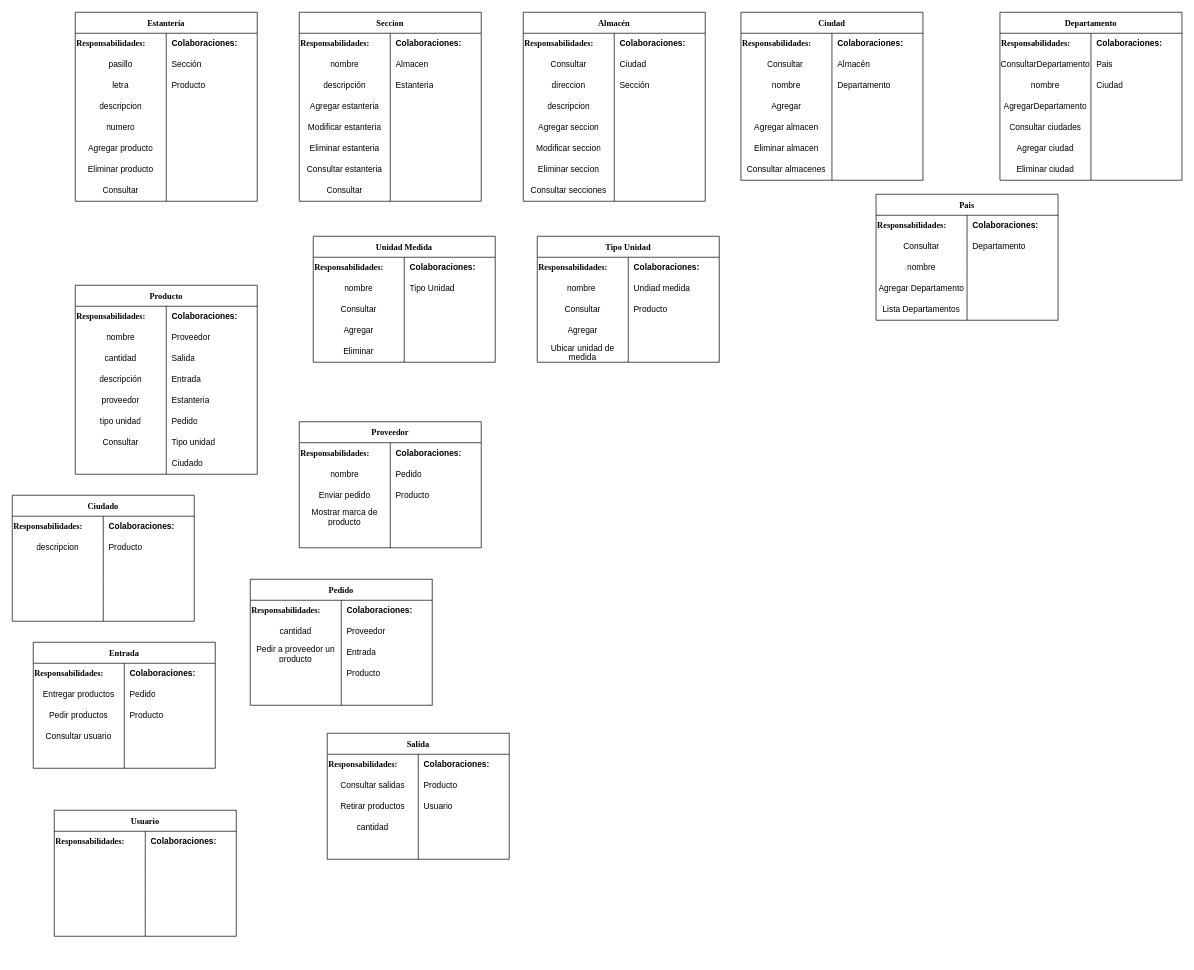
DOOPan2022/Presupuesto keeps this draw.io diagram as page "CRC" (1 of 2) of Extraclase/Modelo de dominio/Tarjetas CRC.drawio. Above is the earlier version. Source tidied: cells renumbered, new cells numbered last; positions are measured from the earlier drawing's top-left corner, leaving out a move shared by most shapes. Both pictures are drawn from the tidied source at 70%, with x=0, y=0 at pixel (12, 12).
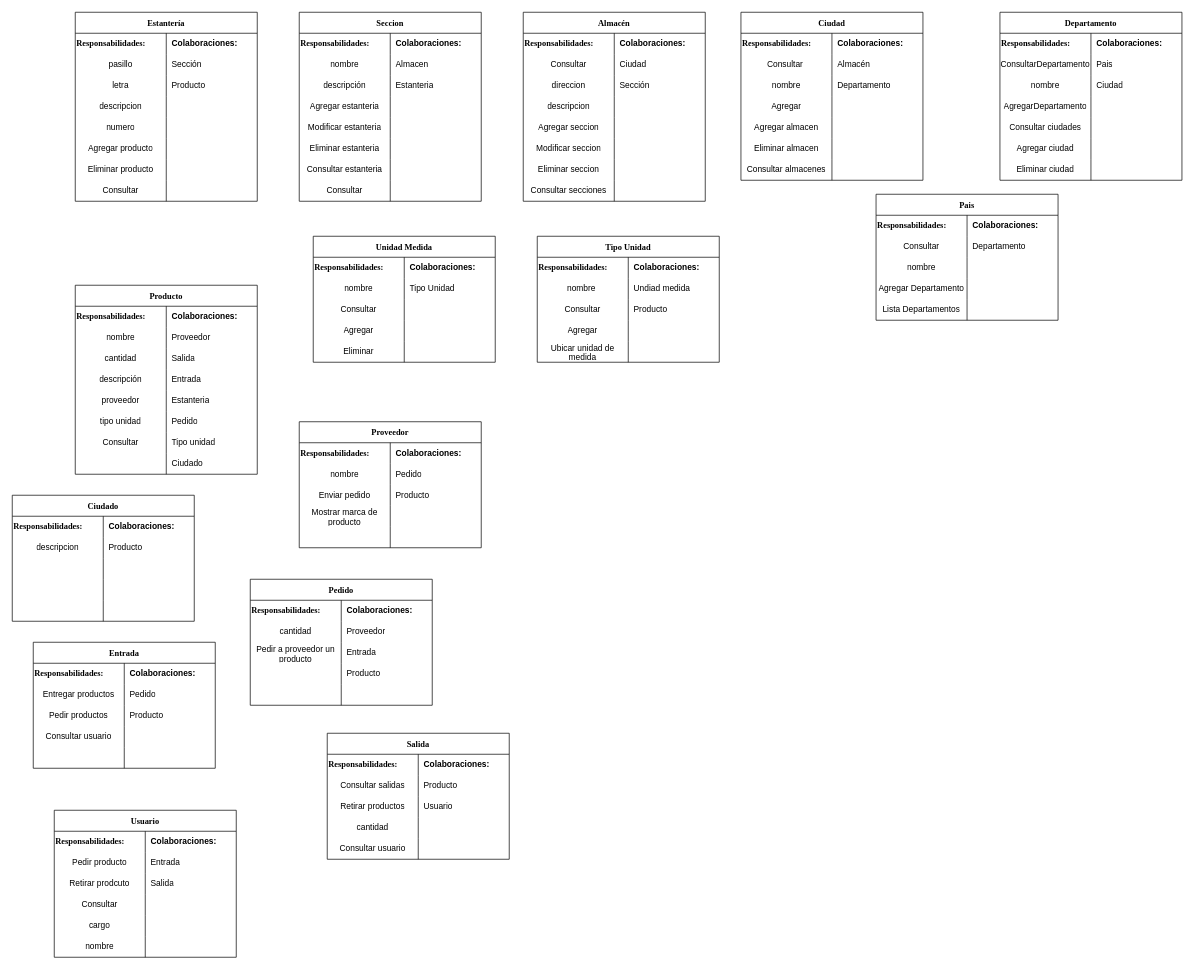
The same page after the edit.

The change refers to these unchanged cells:
```xml
<mxCell id="255" style="shape=tableRow;horizontal=0;startSize=0;swimlaneHead=0;swimlaneBody=0;top=0;left=0;bottom=0;right=0;fillColor=none;" parent="242" vertex="1">
  <mxGeometry y="150" width="260" height="30" as="geometry" />
</mxCell>
<mxCell id="278" style="shape=tableRow;horizontal=0;startSize=0;swimlaneHead=0;swimlaneBody=0;top=0;left=0;bottom=0;right=0;fillColor=none;" parent="274" vertex="1">
  <mxGeometry y="60" width="260" height="30" as="geometry" />
</mxCell>
<mxCell id="281" style="shape=tableRow;horizontal=0;startSize=0;swimlaneHead=0;swimlaneBody=0;top=0;left=0;bottom=0;right=0;fillColor=none;" parent="274" vertex="1">
  <mxGeometry y="90" width="260" height="30" as="geometry" />
</mxCell>
<mxCell id="284" style="shape=tableRow;horizontal=0;startSize=0;swimlaneHead=0;swimlaneBody=0;top=0;left=0;bottom=0;right=0;fillColor=none;" parent="274" vertex="1">
  <mxGeometry y="120" width="260" height="30" as="geometry" />
</mxCell>
<mxCell id="287" style="shape=tableRow;horizontal=0;startSize=0;swimlaneHead=0;swimlaneBody=0;top=0;left=0;bottom=0;right=0;fillColor=none;" parent="274" vertex="1">
  <mxGeometry y="150" width="260" height="30" as="geometry" />
</mxCell>
```

What changed in the source:
```diff
@@
-    <mxCell id="256" style="shape=partialRectangle;html=1;whiteSpace=wrap;fillColor=none;top=0;left=0;bottom=0;right=0;overflow=hidden;" parent="255" vertex="1">
+    <mxCell id="256" value="Consultar usuario" style="shape=partialRectangle;html=1;whiteSpace=wrap;fillColor=none;top=0;left=0;bottom=0;right=0;overflow=hidden;" parent="255" vertex="1">
       <mxGeometry width="130" height="30" as="geometry" />
     </mxCell>
@@
     <mxCell id="274" value="Usuario" style="shape=table;startSize=30;childLayout=tableLayout;rowLines=0;fontStyle=1;fontFamily=Times New Roman;" parent="1" vertex="1">
-      <mxGeometry x="60" y="1140" width="260" height="180" as="geometry" />
+      <mxGeometry x="60" y="1140" width="260" height="210" as="geometry" />
     </mxCell>
@@
-    <mxCell id="279" style="shape=partialRectangle;html=1;whiteSpace=wrap;fillColor=none;top=0;left=0;bottom=0;right=0;overflow=hidden;" parent="278" vertex="1">
+    <mxCell id="279" value="Pedir producto" style="shape=partialRectangle;html=1;whiteSpace=wrap;fillColor=none;top=0;left=0;bottom=0;right=0;overflow=hidden;" parent="278" vertex="1">
       <mxGeometry width="130" height="30" as="geometry" />
     </mxCell>
-    <mxCell id="280" style="shape=partialRectangle;html=1;whiteSpace=wrap;fillColor=none;top=0;left=0;bottom=0;right=0;align=left;spacingLeft=6;overflow=hidden;" parent="278" vertex="1">
+    <mxCell id="280" value="Entrada" style="shape=partialRectangle;html=1;whiteSpace=wrap;fillColor=none;top=0;left=0;bottom=0;right=0;align=left;spacingLeft=6;overflow=hidden;" parent="278" vertex="1">
       <mxGeometry x="130" width="130" height="30" as="geometry" />
     </mxCell>
@@
-    <mxCell id="282" style="shape=partialRectangle;html=1;whiteSpace=wrap;fillColor=none;top=0;left=0;bottom=0;right=0;overflow=hidden;" parent="281" vertex="1">
+    <mxCell id="282" value="Retirar prodcuto" style="shape=partialRectangle;html=1;whiteSpace=wrap;fillColor=none;top=0;left=0;bottom=0;right=0;overflow=hidden;" parent="281" vertex="1">
       <mxGeometry width="130" height="30" as="geometry" />
     </mxCell>
-    <mxCell id="283" style="shape=partialRectangle;html=1;whiteSpace=wrap;fillColor=none;top=0;left=0;bottom=0;right=0;align=left;spacingLeft=6;overflow=hidden;" parent="281" vertex="1">
+    <mxCell id="283" value="Salida" style="shape=partialRectangle;html=1;whiteSpace=wrap;fillColor=none;top=0;left=0;bottom=0;right=0;align=left;spacingLeft=6;overflow=hidden;" parent="281" vertex="1">
       <mxGeometry x="130" width="130" height="30" as="geometry" />
     </mxCell>
@@
-    <mxCell id="285" style="shape=partialRectangle;html=1;whiteSpace=wrap;fillColor=none;top=0;left=0;bottom=0;right=0;overflow=hidden;" parent="284" vertex="1">
+    <mxCell id="285" value="Consultar" style="shape=partialRectangle;html=1;whiteSpace=wrap;fillColor=none;top=0;left=0;bottom=0;right=0;overflow=hidden;" parent="284" vertex="1">
       <mxGeometry width="130" height="30" as="geometry" />
     </mxCell>
@@
-    <mxCell id="288" style="shape=partialRectangle;html=1;whiteSpace=wrap;fillColor=none;top=0;left=0;bottom=0;right=0;overflow=hidden;" parent="287" vertex="1">
+    <mxCell id="288" value="cargo" style="shape=partialRectangle;html=1;whiteSpace=wrap;fillColor=none;top=0;left=0;bottom=0;right=0;overflow=hidden;" parent="287" vertex="1">
       <mxGeometry width="130" height="30" as="geometry" />
     </mxCell>
@@
+    <mxCell id="290" style="shape=tableRow;horizontal=0;startSize=0;swimlaneHead=0;swimlaneBody=0;top=0;left=0;bottom=0;right=0;fillColor=none;" parent="274" vertex="1">
+      <mxGeometry y="180" width="260" height="30" as="geometry" />
+    </mxCell>
+    <mxCell id="291" value="nombre" style="shape=partialRectangle;html=1;whiteSpace=wrap;fillColor=none;top=0;left=0;bottom=0;right=0;overflow=hidden;" parent="290" vertex="1">
+      <mxGeometry width="130" height="30" as="geometry" />
+    </mxCell>
+    <mxCell id="292" style="shape=partialRectangle;html=1;whiteSpace=wrap;fillColor=none;top=0;left=0;bottom=0;right=0;align=left;spacingLeft=6;overflow=hidden;" parent="290" vertex="1">
+      <mxGeometry x="130" width="130" height="30" as="geometry" />
+    </mxCell>
```
